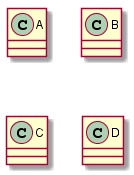
Above: UML parser/output.png in DhirajGurnani/umlparsercmpe202 (PlantUML), before the change. Its diagram source:
```plantuml
@startuml
skinparam classAttributeIconSize 0
class A{
}
class B{
}
class C{
}
class D{
}
@enduml
```
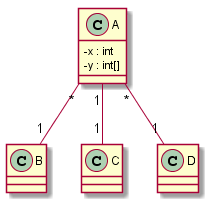
After the commit.

Diff of the diagram source:
```diff
@@ -1,11 +1,16 @@
 @startuml
 skinparam classAttributeIconSize 0
-class A{
+A "*" -- "1" B
+A "1" -- "1" C
+A "*" -- "1" D
+class A {
+-x : int
+-y : int[]
 }
-class B{
+class B {
 }
-class C{
+class C {
 }
-class D{
+class D {
 }
 @enduml
```
